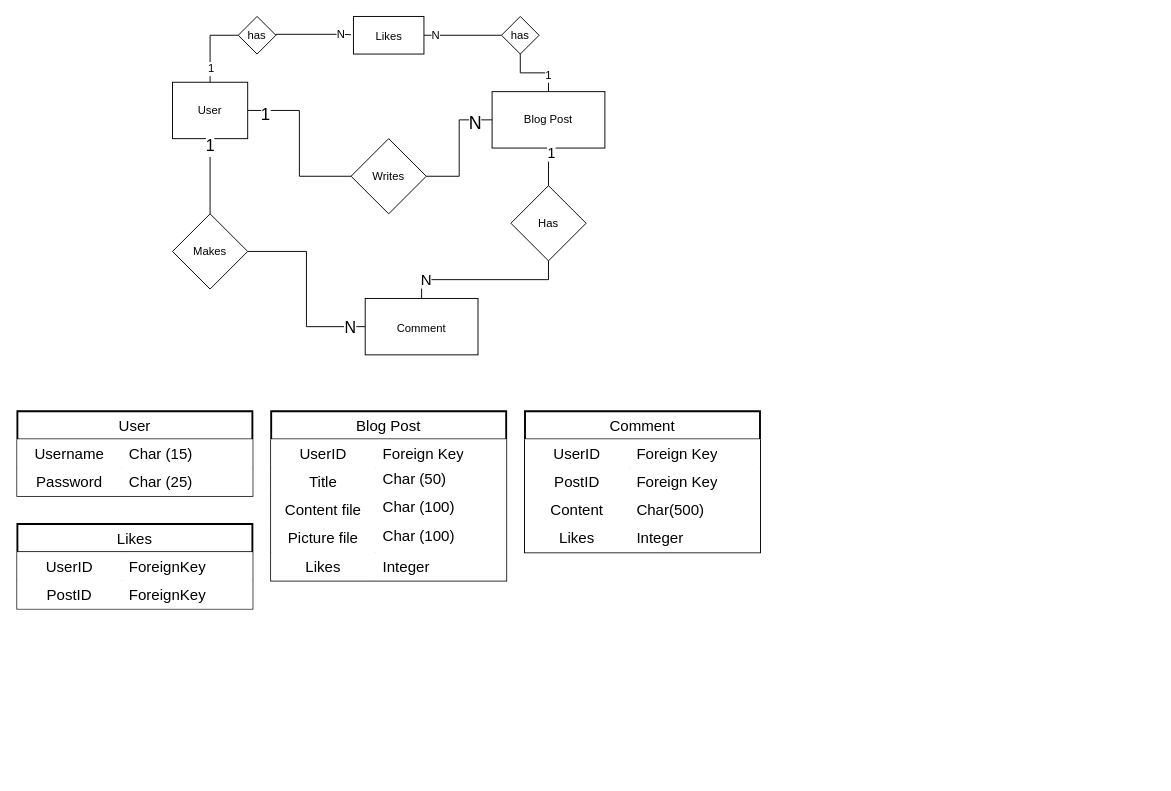
The draw.io diagram wad-group-erd.drawio in NoamZeise/WAD-Group, before the edit. Source tidied: cells renumbered, new cells numbered last; positions are measured from the earlier drawing's top-left corner, leaving out a move shared by most shapes. Both pictures are drawn from the tidied source at 94%, with x=0, y=0 at pixel (17, 16).
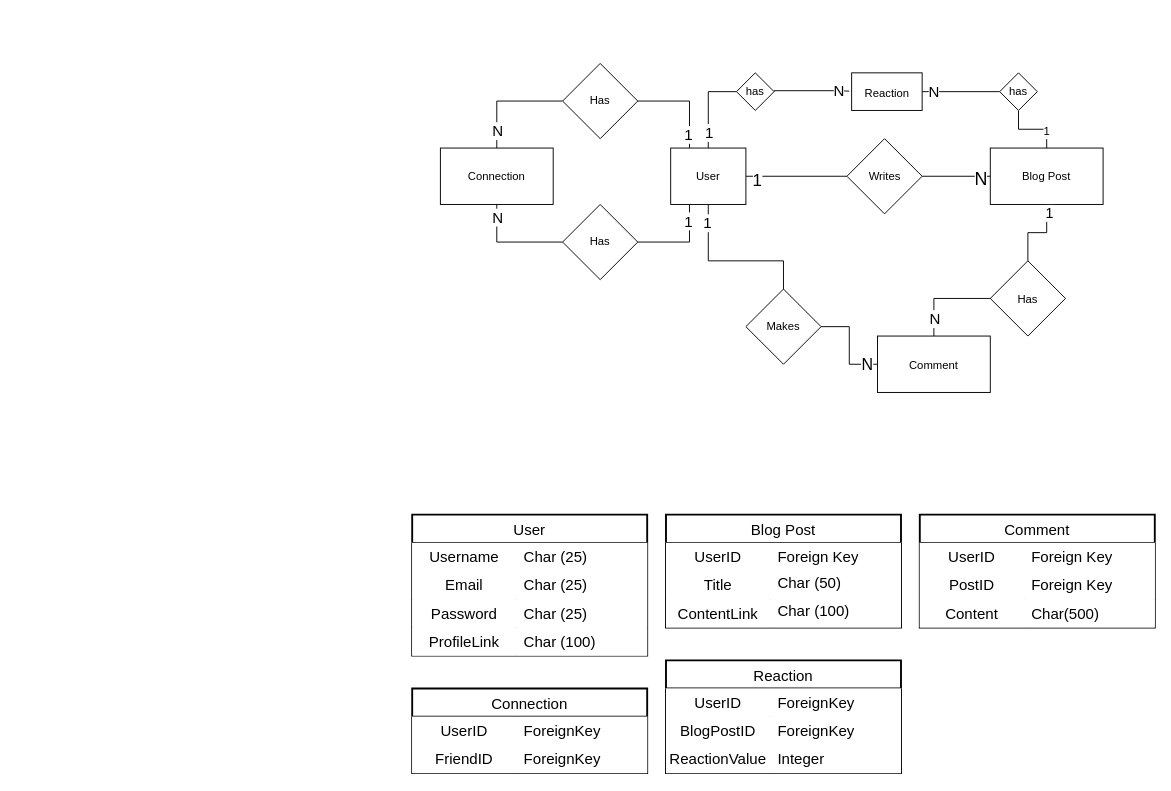
After the change.

The change refers to these unchanged cells:
```xml
<mxCell id="21" style="shape=tableRow;horizontal=0;startSize=0;swimlaneHead=0;swimlaneBody=0;top=0;left=0;bottom=0;right=0;fontSize=16;strokeColor=#000000;strokeWidth=2;perimeterSpacing=1;" parent="20" vertex="1">
  <mxGeometry y="30" width="250" height="30" as="geometry" />
</mxCell>
<mxCell id="34" style="shape=tableRow;horizontal=0;startSize=0;swimlaneHead=0;swimlaneBody=0;top=0;left=0;bottom=0;right=0;fontSize=16;strokeColor=#000000;strokeWidth=2;perimeterSpacing=1;" parent="27" vertex="1">
  <mxGeometry y="90" width="250" height="30" as="geometry" />
</mxCell>
<mxCell id="56" style="edgeStyle=orthogonalEdgeStyle;rounded=0;jettySize=auto;html=1;exitX=1;exitY=0.5;exitDx=0;exitDy=0;entryX=0;entryY=0.5;entryDx=0;entryDy=0;fontSize=12;endArrow=none;endFill=0;" parent="1" edge="1" source="58" target="66">
  <mxGeometry relative="1" as="geometry" />
</mxCell>
<mxCell id="61" style="edgeStyle=orthogonalEdgeStyle;rounded=0;jettySize=auto;html=1;exitX=0;exitY=0.5;exitDx=0;exitDy=0;entryX=0.5;entryY=0;entryDx=0;entryDy=0;fontSize=12;endArrow=none;endFill=0;" parent="1" edge="1" source="63" target="5">
  <mxGeometry relative="1" as="geometry" />
</mxCell>
<mxCell id="71" style="shape=tableRow;horizontal=0;startSize=0;swimlaneHead=0;swimlaneBody=0;top=0;left=0;bottom=0;right=0;fontSize=16;strokeColor=#000000;strokeWidth=2;perimeterSpacing=1;" parent="67" vertex="1">
  <mxGeometry y="60" width="250" height="30" as="geometry" />
</mxCell>
```

Change to the diagram source:
```diff
@@
     <mxCell id="2" value="Blog Post" style="rounded=0;whiteSpace=wrap;html=1;" parent="1" vertex="1">
-      <mxGeometry x="505" y="80" width="120" height="60" as="geometry" />
+      <mxGeometry x="1035" y="140" width="120" height="60" as="geometry" />
     </mxCell>
@@
     <mxCell id="5" value="User" style="rounded=0;whiteSpace=wrap;html=1;" parent="1" vertex="1">
-      <mxGeometry x="165" y="70" width="80" height="60" as="geometry" />
+      <mxGeometry x="695" y="140" width="80" height="60" as="geometry" />
     </mxCell>
@@
     <mxCell id="8" value="&lt;div&gt;Writes&lt;/div&gt;" style="rhombus;whiteSpace=wrap;html=1;" parent="1" vertex="1">
-      <mxGeometry x="355" y="130" width="80" height="80" as="geometry" />
+      <mxGeometry x="882.5" y="130" width="80" height="80" as="geometry" />
     </mxCell>
     <mxCell id="9" value="&lt;font style=&quot;font-size: 12px;&quot;&gt;Comment&lt;/font&gt;" style="rounded=0;whiteSpace=wrap;html=1;fontSize=18;" parent="1" vertex="1">
-      <mxGeometry x="370" y="300" width="120" height="60" as="geometry" />
+      <mxGeometry x="915" y="340" width="120" height="60" as="geometry" />
     </mxCell>
     <mxCell id="10" style="edgeStyle=orthogonalEdgeStyle;rounded=0;jettySize=auto;html=1;exitX=0.5;exitY=0;exitDx=0;exitDy=0;entryX=0.5;entryY=1;entryDx=0;entryDy=0;fontSize=12;endArrow=none;endFill=0;" parent="1" edge="1" source="14" target="5">
       <mxGeometry relative="1" as="geometry">
         <Array as="points">
-          <mxPoint x="205" y="200" />
+          <mxPoint x="735" y="260" />
         </Array>
       </mxGeometry>
     </mxCell>
-    <mxCell id="11" value="1" style="edgeLabel;html=1;align=center;verticalAlign=middle;fontSize=17;spacingLeft=-4;" parent="10" vertex="1">
-      <mxGeometry x="0.8" y="-1" relative="1" as="geometry" />
+    <mxCell id="11" value="1" style="edgeLabel;html=1;align=center;verticalAlign=middle;fontSize=16;spacingLeft=-4;" parent="10" vertex="1">
+      <mxGeometry x="0.8" y="-1" relative="1" as="geometry">
+        <mxPoint x="-1" y="2" as="offset" />
+      </mxGeometry>
     </mxCell>
@@
     <mxCell id="14" value="Makes" style="rhombus;whiteSpace=wrap;html=1;fontSize=12;" parent="1" vertex="1">
-      <mxGeometry x="165" y="210" width="80" height="80" as="geometry" />
+      <mxGeometry x="775" y="290" width="80" height="80" as="geometry" />
     </mxCell>
@@
-    <mxCell id="17" style="edgeStyle=orthogonalEdgeStyle;rounded=0;jettySize=auto;html=1;exitX=0.5;exitY=1;exitDx=0;exitDy=0;entryX=0.5;entryY=0;entryDx=0;entryDy=0;fontSize=12;endArrow=none;endFill=0;" parent="1" edge="1" source="19" target="9">
-      <mxGeometry relative="1" as="geometry" />
+    <mxCell id="17" style="edgeStyle=orthogonalEdgeStyle;rounded=0;jettySize=auto;html=1;entryX=0.5;entryY=0;entryDx=0;entryDy=0;fontSize=12;endArrow=none;endFill=0;exitX=0;exitY=0.5;exitDx=0;exitDy=0;" parent="1" edge="1" source="19" target="9">
+      <mxGeometry relative="1" as="geometry">
+        <Array as="points">
+          <mxPoint x="1055" y="300" />
+          <mxPoint x="1025" y="300" />
+        </Array>
+      </mxGeometry>
     </mxCell>
     <mxCell id="18" value="N" style="edgeLabel;html=1;align=center;verticalAlign=middle;fontSize=16;" parent="17" vertex="1">
-      <mxGeometry x="0.73" y="-1" relative="1" as="geometry" />
+      <mxGeometry x="0.73" y="-1" relative="1" as="geometry">
+        <mxPoint x="1" as="offset" />
+      </mxGeometry>
     </mxCell>
     <mxCell id="19" value="&lt;font style=&quot;font-size: 12px;&quot;&gt;Has&lt;/font&gt;" style="rhombus;whiteSpace=wrap;html=1;fontSize=17;" parent="1" vertex="1">
-      <mxGeometry x="525" y="180" width="80" height="80" as="geometry" />
+      <mxGeometry x="1035" y="260" width="80" height="80" as="geometry" />
     </mxCell>
     <mxCell id="20" value="User" style="shape=table;startSize=30;childLayout=tableLayout;rowLines=0;fontStyle=0;fontSize=16;strokeColor=#000000;strokeWidth=2;perimeterSpacing=1;" parent="1" vertex="1">
-      <mxGeometry y="420" width="250" height="90" as="geometry" />
+      <mxGeometry x="420" y="530" width="250" height="150" as="geometry" />
     </mxCell>
@@
-    <mxCell id="23" value="Char (15)" style="shape=partialRectangle;html=1;whiteSpace=wrap;top=0;left=0;bottom=0;right=0;align=left;spacingLeft=6;overflow=hidden;fontSize=16;strokeColor=#000000;strokeWidth=2;perimeterSpacing=1;" parent="21" vertex="1">
+    <mxCell id="23" value="Char (25)" style="shape=partialRectangle;html=1;whiteSpace=wrap;top=0;left=0;bottom=0;right=0;align=left;spacingLeft=6;overflow=hidden;fontSize=16;strokeColor=#000000;strokeWidth=2;perimeterSpacing=1;" parent="21" vertex="1">
       <mxGeometry x="111" width="139" height="30" as="geometry" />
     </mxCell>
+    <mxCell id="74" style="shape=tableRow;horizontal=0;startSize=0;swimlaneHead=0;swimlaneBody=0;top=0;left=0;bottom=0;right=0;fontSize=16;strokeColor=#000000;strokeWidth=2;perimeterSpacing=1;" parent="20" vertex="1">
+      <mxGeometry y="60" width="250" height="30" as="geometry" />
+    </mxCell>
+    <mxCell id="75" value="Email" style="shape=partialRectangle;html=1;whiteSpace=wrap;top=0;left=0;bottom=0;right=0;overflow=hidden;fontSize=16;strokeColor=#000000;strokeWidth=2;perimeterSpacing=1;" parent="74" vertex="1">
+      <mxGeometry width="111" height="30" as="geometry" />
+    </mxCell>
+    <mxCell id="76" value="Char (25)" style="shape=partialRectangle;html=1;whiteSpace=wrap;top=0;left=0;bottom=0;right=0;align=left;spacingLeft=6;overflow=hidden;fontSize=16;strokeColor=#000000;strokeWidth=2;perimeterSpacing=1;" parent="74" vertex="1">
+      <mxGeometry x="111" width="139" height="30" as="geometry" />
+    </mxCell>
     <mxCell id="24" style="shape=tableRow;horizontal=0;startSize=0;swimlaneHead=0;swimlaneBody=0;top=0;left=0;bottom=0;right=0;fontSize=16;strokeColor=#000000;strokeWidth=2;perimeterSpacing=1;" parent="20" vertex="1">
-      <mxGeometry y="60" width="250" height="30" as="geometry" />
+      <mxGeometry y="90" width="250" height="30" as="geometry" />
     </mxCell>
@@
+    <mxCell id="77" style="shape=tableRow;horizontal=0;startSize=0;swimlaneHead=0;swimlaneBody=0;top=0;left=0;bottom=0;right=0;fontSize=16;strokeColor=#000000;strokeWidth=2;perimeterSpacing=1;" parent="20" vertex="1">
+      <mxGeometry y="120" width="250" height="30" as="geometry" />
+    </mxCell>
+    <mxCell id="78" value="ProfileLink" style="shape=partialRectangle;html=1;whiteSpace=wrap;top=0;left=0;bottom=0;right=0;overflow=hidden;fontSize=16;strokeColor=#000000;strokeWidth=2;perimeterSpacing=1;" parent="77" vertex="1">
+      <mxGeometry width="111" height="30" as="geometry" />
+    </mxCell>
+    <mxCell id="39" value="Char (100)" style="shape=partialRectangle;html=1;whiteSpace=wrap;top=0;left=0;bottom=0;right=0;align=left;spacingLeft=6;overflow=hidden;fontSize=16;strokeColor=#000000;strokeWidth=2;perimeterSpacing=1;" parent="77" vertex="1">
+      <mxGeometry x="111" width="139" height="30" as="geometry" />
+    </mxCell>
     <mxCell id="27" value="Blog Post" style="shape=table;startSize=30;childLayout=tableLayout;rowLines=0;fontStyle=0;fontSize=16;strokeColor=#000000;strokeWidth=2;perimeterSpacing=1;" parent="1" vertex="1">
-      <mxGeometry x="270" y="420" width="250" height="180" as="geometry" />
+      <mxGeometry x="690" y="530" width="250" height="120" as="geometry" />
     </mxCell>
@@
-    <mxCell id="35" value="Content file" style="shape=partialRectangle;html=1;whiteSpace=wrap;top=0;left=0;bottom=0;right=0;overflow=hidden;fontSize=16;strokeColor=#000000;strokeWidth=2;perimeterSpacing=1;" parent="34" vertex="1">
+    <mxCell id="35" value="&lt;div&gt;ContentLink&lt;br&gt;&lt;/div&gt;" style="shape=partialRectangle;html=1;whiteSpace=wrap;top=0;left=0;bottom=0;right=0;overflow=hidden;fontSize=16;strokeColor=#000000;strokeWidth=2;perimeterSpacing=1;" parent="34" vertex="1">
       <mxGeometry width="111" height="30" as="geometry" />
     </mxCell>
@@
-    <mxCell id="37" style="shape=tableRow;horizontal=0;startSize=0;swimlaneHead=0;swimlaneBody=0;top=0;left=0;bottom=0;right=0;fontSize=16;strokeColor=#000000;strokeWidth=2;perimeterSpacing=1;" parent="27" vertex="1">
-      <mxGeometry y="120" width="250" height="30" as="geometry" />
-    </mxCell>
-    <mxCell id="38" value="Picture file" style="shape=partialRectangle;html=1;whiteSpace=wrap;top=0;left=0;bottom=0;right=0;overflow=hidden;fontSize=16;strokeColor=#000000;strokeWidth=2;perimeterSpacing=1;" parent="37" vertex="1">
-      <mxGeometry width="111" height="30" as="geometry" />
-    </mxCell>
-    <mxCell id="39" value="&lt;div&gt;Char (100)&lt;/div&gt;&lt;div&gt;&lt;br&gt;&lt;/div&gt;" style="shape=partialRectangle;html=1;whiteSpace=wrap;top=0;left=0;bottom=0;right=0;align=left;spacingLeft=6;overflow=hidden;fontSize=16;strokeColor=#000000;strokeWidth=2;perimeterSpacing=1;" parent="37" vertex="1">
-      <mxGeometry x="111" width="139" height="30" as="geometry" />
-    </mxCell>
-    <mxCell id="40" style="shape=tableRow;horizontal=0;startSize=0;swimlaneHead=0;swimlaneBody=0;top=0;left=0;bottom=0;right=0;fontSize=16;strokeColor=#000000;strokeWidth=2;perimeterSpacing=1;" parent="27" vertex="1">
-      <mxGeometry y="150" width="250" height="30" as="geometry" />
-    </mxCell>
-    <mxCell id="41" value="Likes" style="shape=partialRectangle;html=1;whiteSpace=wrap;top=0;left=0;bottom=0;right=0;overflow=hidden;fontSize=16;strokeColor=#000000;strokeWidth=2;perimeterSpacing=1;" parent="40" vertex="1">
-      <mxGeometry width="111" height="30" as="geometry" />
-    </mxCell>
-    <mxCell id="42" value="Integer" style="shape=partialRectangle;html=1;whiteSpace=wrap;top=0;left=0;bottom=0;right=0;align=left;spacingLeft=6;overflow=hidden;fontSize=16;strokeColor=#000000;strokeWidth=2;perimeterSpacing=1;" parent="40" vertex="1">
-      <mxGeometry x="111" width="139" height="30" as="geometry" />
-    </mxCell>
     <mxCell id="43" value="Comment" style="shape=table;startSize=30;childLayout=tableLayout;rowLines=0;fontStyle=0;fontSize=16;strokeColor=#000000;strokeWidth=2;perimeterSpacing=1;" parent="1" vertex="1">
-      <mxGeometry x="540" y="420" width="250" height="150" as="geometry" />
+      <mxGeometry x="960" y="530" width="250" height="120" as="geometry" />
     </mxCell>
@@
-    <mxCell id="53" style="shape=tableRow;horizontal=0;startSize=0;swimlaneHead=0;swimlaneBody=0;top=0;left=0;bottom=0;right=0;fontSize=16;strokeColor=#000000;strokeWidth=2;perimeterSpacing=1;" parent="43" vertex="1">
-      <mxGeometry y="120" width="250" height="30" as="geometry" />
-    </mxCell>
-    <mxCell id="54" value="Likes" style="shape=partialRectangle;html=1;whiteSpace=wrap;top=0;left=0;bottom=0;right=0;overflow=hidden;fontSize=16;strokeColor=#000000;strokeWidth=2;perimeterSpacing=1;" parent="53" vertex="1">
-      <mxGeometry width="111" height="30" as="geometry" />
-    </mxCell>
-    <mxCell id="55" value="Integer" style="shape=partialRectangle;html=1;whiteSpace=wrap;top=0;left=0;bottom=0;right=0;align=left;spacingLeft=6;overflow=hidden;fontSize=16;strokeColor=#000000;strokeWidth=2;perimeterSpacing=1;" parent="53" vertex="1">
-      <mxGeometry x="111" width="139" height="30" as="geometry" />
-    </mxCell>
@@
-    <mxCell id="57" value="N" style="edgeLabel;html=1;align=center;verticalAlign=middle;fontSize=12;" parent="56" vertex="1">
+    <mxCell id="57" value="N" style="edgeLabel;html=1;align=center;verticalAlign=middle;fontSize=16;" parent="56" vertex="1">
       <mxGeometry x="-0.71" y="1" relative="1" as="geometry" />
     </mxCell>
-    <mxCell id="58" value="&lt;font style=&quot;font-size: 12px;&quot;&gt;Likes&lt;/font&gt;" style="rounded=0;whiteSpace=wrap;html=1;strokeColor=default;fontSize=16;" parent="1" vertex="1">
-      <mxGeometry x="357.5" width="75" height="40" as="geometry" />
+    <mxCell id="58" value="&lt;font style=&quot;font-size: 12px;&quot;&gt;Reaction&lt;/font&gt;" style="rounded=0;whiteSpace=wrap;html=1;strokeColor=default;fontSize=16;" parent="1" vertex="1">
+      <mxGeometry x="887.5" y="60" width="75" height="40" as="geometry" />
     </mxCell>
     <mxCell id="59" style="edgeStyle=orthogonalEdgeStyle;rounded=0;jettySize=auto;html=1;exitX=1;exitY=0.5;exitDx=0;exitDy=0;fontSize=12;endArrow=none;endFill=0;" parent="1" edge="1" source="63">
       <mxGeometry relative="1" as="geometry">
-        <mxPoint x="355" y="19.5" as="targetPoint" />
+        <mxPoint x="885" y="79.5" as="targetPoint" />
         <Array as="points">
-          <mxPoint x="345" y="19" />
-          <mxPoint x="345" y="19" />
+          <mxPoint x="875" y="79" />
+          <mxPoint x="875" y="79" />
         </Array>
       </mxGeometry>
     </mxCell>
-    <mxCell id="60" value="N" style="edgeLabel;html=1;align=center;verticalAlign=middle;fontSize=12;" parent="59" vertex="1">
+    <mxCell id="60" value="N" style="edgeLabel;html=1;align=center;verticalAlign=middle;fontSize=16;" parent="59" vertex="1">
       <mxGeometry x="0.7" y="1" relative="1" as="geometry" />
     </mxCell>
@@
-    <mxCell id="62" value="1" style="edgeLabel;html=1;align=center;verticalAlign=middle;fontSize=12;" parent="61" vertex="1">
+    <mxCell id="62" value="1" style="edgeLabel;html=1;align=center;verticalAlign=middle;fontSize=16;" parent="61" vertex="1">
       <mxGeometry x="0.62" relative="1" as="geometry" />
     </mxCell>
     <mxCell id="63" value="has" style="rhombus;whiteSpace=wrap;html=1;strokeColor=default;fontSize=12;" parent="1" vertex="1">
-      <mxGeometry x="235" width="40" height="40" as="geometry" />
+      <mxGeometry x="765" y="60" width="40" height="40" as="geometry" />
     </mxCell>
@@
     <mxCell id="66" value="has" style="rhombus;whiteSpace=wrap;html=1;strokeColor=default;fontSize=12;" parent="1" vertex="1">
-      <mxGeometry x="515" width="40" height="40" as="geometry" />
+      <mxGeometry x="1045" y="60" width="40" height="40" as="geometry" />
     </mxCell>
-    <mxCell id="67" value="Likes" style="shape=table;startSize=30;childLayout=tableLayout;rowLines=0;fontStyle=0;fontSize=16;strokeColor=#000000;strokeWidth=2;perimeterSpacing=1;" parent="1" vertex="1">
-      <mxGeometry y="540" width="250" height="90" as="geometry" />
+    <mxCell id="67" value="Reaction" style="shape=table;startSize=30;childLayout=tableLayout;rowLines=0;fontStyle=0;fontSize=16;strokeColor=#000000;strokeWidth=2;perimeterSpacing=1;" parent="1" vertex="1">
+      <mxGeometry x="690" y="685" width="250" height="120" as="geometry" />
     </mxCell>
@@
-    <mxCell id="72" value="PostID" style="shape=partialRectangle;html=1;whiteSpace=wrap;top=0;left=0;bottom=0;right=0;overflow=hidden;fontSize=16;strokeColor=#000000;strokeWidth=2;perimeterSpacing=1;" parent="71" vertex="1">
+    <mxCell id="72" value="BlogPostID" style="shape=partialRectangle;html=1;whiteSpace=wrap;top=0;left=0;bottom=0;right=0;overflow=hidden;fontSize=16;strokeColor=#000000;strokeWidth=2;perimeterSpacing=1;" parent="71" vertex="1">
       <mxGeometry width="111" height="30" as="geometry" />
     </mxCell>
@@
+    <mxCell id="79" style="shape=tableRow;horizontal=0;startSize=0;swimlaneHead=0;swimlaneBody=0;top=0;left=0;bottom=0;right=0;fontSize=16;strokeColor=#000000;strokeWidth=2;perimeterSpacing=1;" parent="67" vertex="1">
+      <mxGeometry y="90" width="250" height="30" as="geometry" />
+    </mxCell>
+    <mxCell id="80" value="ReactionValue" style="shape=partialRectangle;html=1;whiteSpace=wrap;top=0;left=0;bottom=0;right=0;overflow=hidden;fontSize=16;strokeColor=#000000;strokeWidth=2;perimeterSpacing=1;" parent="79" vertex="1">
+      <mxGeometry width="111" height="30" as="geometry" />
+    </mxCell>
+    <mxCell id="81" value="Integer" style="shape=partialRectangle;html=1;whiteSpace=wrap;top=0;left=0;bottom=0;right=0;align=left;spacingLeft=6;overflow=hidden;fontSize=16;strokeColor=#000000;strokeWidth=2;perimeterSpacing=1;" parent="79" vertex="1">
+      <mxGeometry x="111" width="139" height="30" as="geometry" />
+    </mxCell>
+    <mxCell id="82" style="edgeStyle=orthogonalEdgeStyle;rounded=0;jettySize=auto;html=1;exitX=0.5;exitY=0;exitDx=0;exitDy=0;entryX=0;entryY=0.5;entryDx=0;entryDy=0;fontSize=12;endArrow=none;endFill=0;" parent="1" edge="1" source="84" target="99">
+      <mxGeometry relative="1" as="geometry" />
+    </mxCell>
+    <mxCell id="83" value="N" style="edgeLabel;html=1;align=center;verticalAlign=middle;fontSize=16;" parent="82" vertex="1">
+      <mxGeometry x="-0.68" y="-2" relative="1" as="geometry">
+        <mxPoint x="-2" as="offset" />
+      </mxGeometry>
+    </mxCell>
+    <mxCell id="84" value="Connection" style="rounded=0;whiteSpace=wrap;html=1;fontSize=12;" parent="1" vertex="1">
+      <mxGeometry x="450" y="140" width="120" height="60" as="geometry" />
+    </mxCell>
+    <mxCell id="85" value="Connection" style="shape=table;startSize=30;childLayout=tableLayout;rowLines=0;fontStyle=0;fontSize=16;strokeColor=#000000;strokeWidth=2;perimeterSpacing=1;" parent="1" vertex="1">
+      <mxGeometry x="420" y="715" width="250" height="90" as="geometry" />
+    </mxCell>
+    <mxCell id="86" style="shape=tableRow;horizontal=0;startSize=0;swimlaneHead=0;swimlaneBody=0;top=0;left=0;bottom=0;right=0;fontSize=16;strokeColor=#000000;strokeWidth=2;perimeterSpacing=1;" parent="85" vertex="1">
+      <mxGeometry y="30" width="250" height="30" as="geometry" />
+    </mxCell>
+    <mxCell id="87" value="UserID&lt;span style=&quot;white-space: pre;&quot;&gt;&lt;/span&gt;" style="shape=partialRectangle;html=1;whiteSpace=wrap;top=0;left=0;bottom=0;right=0;overflow=hidden;fontSize=16;strokeColor=#000000;strokeWidth=2;perimeterSpacing=1;" parent="86" vertex="1">
+      <mxGeometry width="111" height="30" as="geometry" />
+    </mxCell>
+    <mxCell id="88" value="ForeignKey" style="shape=partialRectangle;html=1;whiteSpace=wrap;top=0;left=0;bottom=0;right=0;align=left;spacingLeft=6;overflow=hidden;fontSize=16;strokeColor=#000000;strokeWidth=2;perimeterSpacing=1;" parent="86" vertex="1">
+      <mxGeometry x="111" width="139" height="30" as="geometry" />
+    </mxCell>
+    <mxCell id="89" style="shape=tableRow;horizontal=0;startSize=0;swimlaneHead=0;swimlaneBody=0;top=0;left=0;bottom=0;right=0;fontSize=16;strokeColor=#000000;strokeWidth=2;perimeterSpacing=1;" parent="85" vertex="1">
+      <mxGeometry y="60" width="250" height="30" as="geometry" />
+    </mxCell>
+    <mxCell id="90" value="FriendID" style="shape=partialRectangle;html=1;whiteSpace=wrap;top=0;left=0;bottom=0;right=0;overflow=hidden;fontSize=16;strokeColor=#000000;strokeWidth=2;perimeterSpacing=1;" parent="89" vertex="1">
+      <mxGeometry width="111" height="30" as="geometry" />
+    </mxCell>
+    <mxCell id="91" value="ForeignKey" style="shape=partialRectangle;html=1;whiteSpace=wrap;top=0;left=0;bottom=0;right=0;align=left;spacingLeft=6;overflow=hidden;fontSize=16;strokeColor=#000000;strokeWidth=2;perimeterSpacing=1;" parent="89" vertex="1">
+      <mxGeometry x="111" width="139" height="30" as="geometry" />
+    </mxCell>
+    <mxCell id="92" style="edgeStyle=orthogonalEdgeStyle;rounded=0;jettySize=auto;html=1;exitX=1;exitY=0.5;exitDx=0;exitDy=0;entryX=0.25;entryY=1;entryDx=0;entryDy=0;fontSize=12;endArrow=none;endFill=0;" parent="1" edge="1" source="96" target="5">
+      <mxGeometry relative="1" as="geometry" />
+    </mxCell>
+    <mxCell id="93" value="1" style="edgeLabel;html=1;align=center;verticalAlign=middle;fontSize=16;" parent="92" vertex="1">
+      <mxGeometry x="0.79" y="2" relative="1" as="geometry">
+        <mxPoint y="7" as="offset" />
+      </mxGeometry>
+    </mxCell>
+    <mxCell id="94" style="edgeStyle=orthogonalEdgeStyle;rounded=0;jettySize=auto;html=1;exitX=0;exitY=0.5;exitDx=0;exitDy=0;entryX=0.5;entryY=1;entryDx=0;entryDy=0;fontSize=12;endArrow=none;endFill=0;" parent="1" edge="1" source="96" target="84">
+      <mxGeometry relative="1" as="geometry" />
+    </mxCell>
+    <mxCell id="95" value="N" style="edgeLabel;html=1;align=center;verticalAlign=middle;fontSize=16;" parent="94" vertex="1">
+      <mxGeometry x="0.77" y="2" relative="1" as="geometry">
+        <mxPoint x="2" as="offset" />
+      </mxGeometry>
+    </mxCell>
+    <mxCell id="96" value="Has" style="rhombus;whiteSpace=wrap;html=1;fontSize=12;" parent="1" vertex="1">
+      <mxGeometry x="580" y="200" width="80" height="80" as="geometry" />
+    </mxCell>
+    <mxCell id="97" style="edgeStyle=orthogonalEdgeStyle;rounded=0;jettySize=auto;html=1;exitX=1;exitY=0.5;exitDx=0;exitDy=0;entryX=0.25;entryY=0;entryDx=0;entryDy=0;fontSize=12;endArrow=none;endFill=0;" parent="1" edge="1" source="99" target="5">
+      <mxGeometry relative="1" as="geometry" />
+    </mxCell>
+    <mxCell id="98" value="1" style="edgeLabel;html=1;align=center;verticalAlign=middle;fontSize=16;" parent="97" vertex="1">
+      <mxGeometry x="0.72" y="-2" relative="1" as="geometry" />
+    </mxCell>
+    <mxCell id="99" value="Has" style="rhombus;whiteSpace=wrap;html=1;fontSize=12;" parent="1" vertex="1">
+      <mxGeometry x="580" y="50" width="80" height="80" as="geometry" />
+    </mxCell>
```
